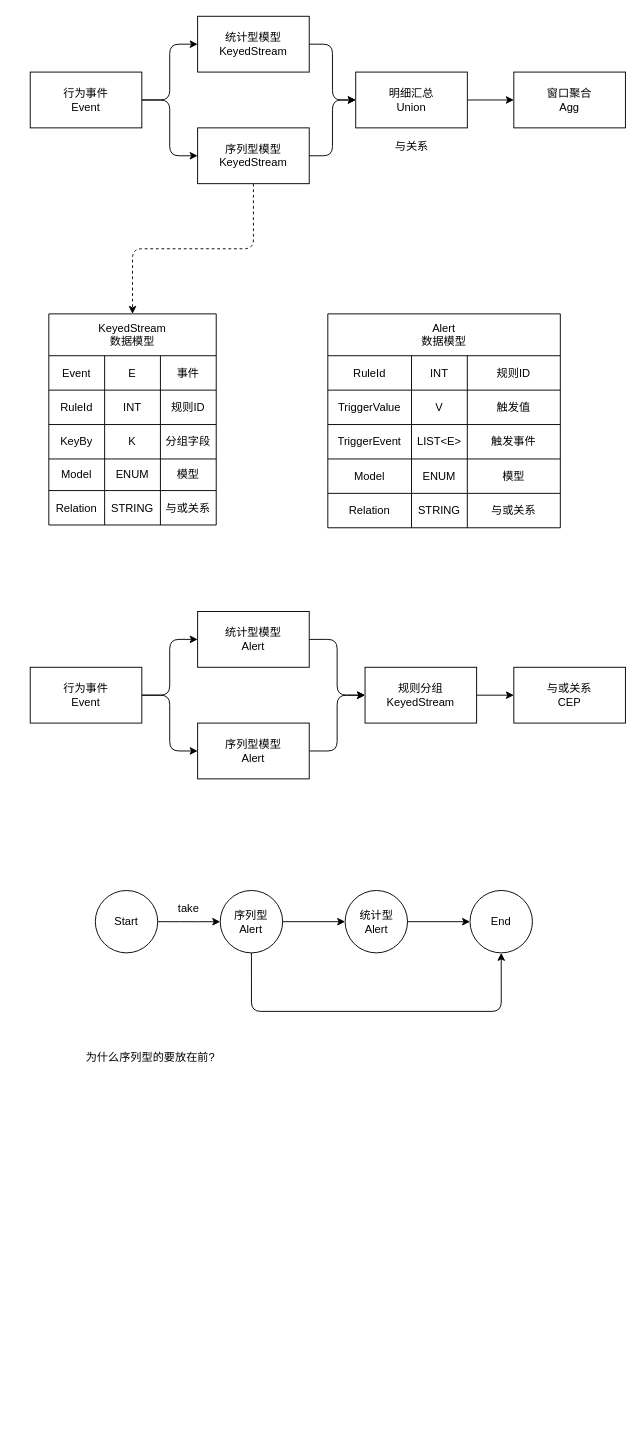
Before: cep.drawio in pengmide/draw, a draw.io diagram. Source tidied: cells renumbered, new cells numbered last; positions are measured from the earlier drawing's top-left corner, leaving out a move shared by most shapes. Both pictures are drawn from the tidied source at 93%, with x=0, y=0 at pixel (30, 16).
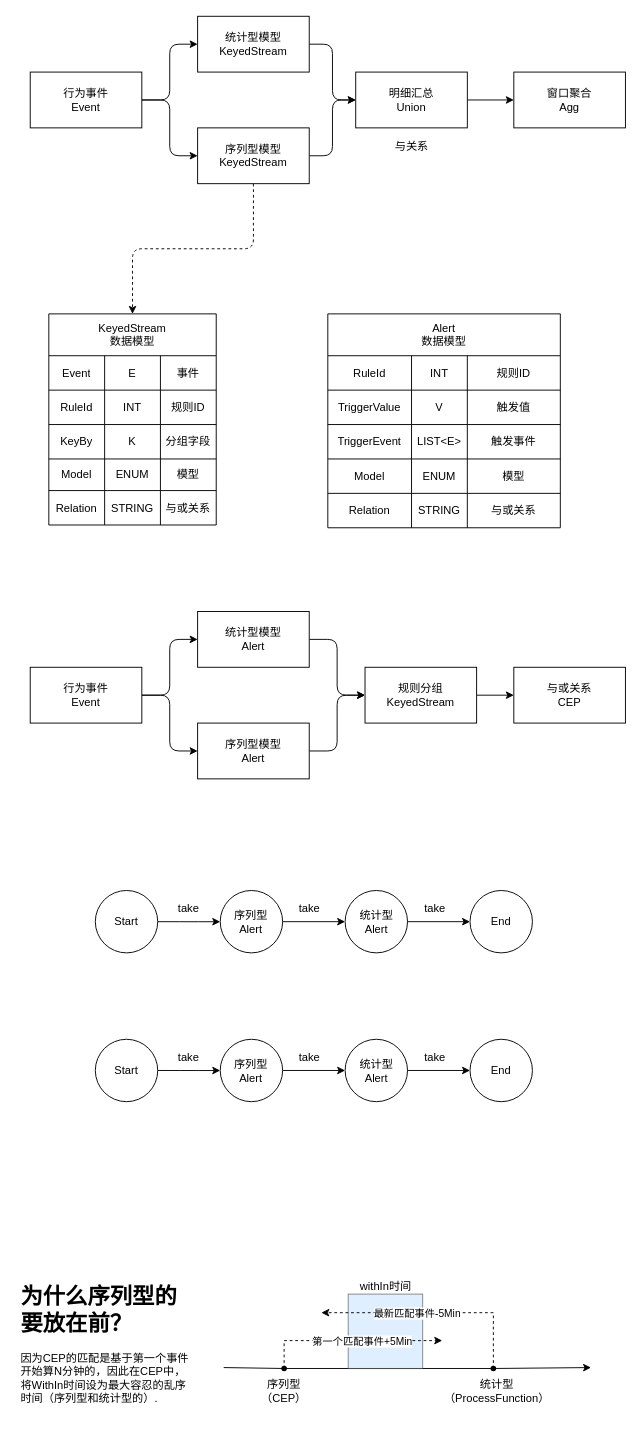
Above is the later version.

Commit message:
为什么序列型的要放在前面

Unchanged cells that the change refers to:
```xml
<mxCell id="67" value="序列型&lt;br&gt;Alert" style="ellipse;whiteSpace=wrap;html=1;rounded=0;shadow=0;comic=0;sketch=0;startSize=0;fillColor=default;gradientColor=none;" parent="1" vertex="1">
  <mxGeometry x="204.3" y="940" width="67.1" height="67.1" as="geometry" />
</mxCell>
<mxCell id="72" value="End" style="ellipse;whiteSpace=wrap;html=1;rounded=0;shadow=0;comic=0;sketch=0;startSize=0;fillColor=default;gradientColor=none;" parent="1" vertex="1">
  <mxGeometry x="472.9" y="940" width="67.1" height="67.1" as="geometry" />
</mxCell>
```

Diff of the diagram source:
```diff
@@
-    <mxCell id="66" style="edgeStyle=orthogonalEdgeStyle;curved=0;rounded=1;sketch=0;jettySize=auto;html=1;entryX=0.5;entryY=1;entryDx=0;entryDy=0;" parent="1" edge="1" source="67" target="72">
-      <mxGeometry relative="1" as="geometry">
-        <Array as="points">
-          <mxPoint x="238" y="1070" />
-          <mxPoint x="506" y="1070" />
-        </Array>
-      </mxGeometry>
-    </mxCell>
@@
-    <mxCell id="76" value="为什么序列型的要放在前?" style="text;html=1;align=center;verticalAlign=middle;strokeColor=none;fillColor=none;" parent="1" vertex="1">
-      <mxGeometry x="54.3" y="1110" width="150" height="20" as="geometry" />
-    </mxCell>
+    <mxCell id="77" value="take" style="text;html=1;align=center;verticalAlign=middle;strokeColor=none;fillColor=none;" parent="1" vertex="1">
+      <mxGeometry x="280" y="950" width="40" height="20" as="geometry" />
+    </mxCell>
+    <mxCell id="78" value="take" style="text;html=1;align=center;verticalAlign=middle;strokeColor=none;fillColor=none;" parent="1" vertex="1">
+      <mxGeometry x="415" y="950" width="40" height="20" as="geometry" />
+    </mxCell>
+    <mxCell id="79" style="group;" parent="1" vertex="1">
+      <mxGeometry x="-15" y="1356" width="618" height="170.1" as="geometry" />
+    </mxCell>
+    <mxCell id="80" value="&lt;h1&gt;为什么序列型的要放在前？&lt;/h1&gt;&lt;p&gt;因为CEP的匹配是基于第一个事件开始算N分钟的，因此在CEP中，将WithIn时间设为最大容忍的乱序时间（序列型和统计型的）.&lt;/p&gt;" style="text;html=1;strokeColor=none;fillColor=none;spacing=5;spacingTop=-20;whiteSpace=wrap;overflow=hidden;rounded=0;" parent="79" vertex="1">
+      <mxGeometry y="1" width="190" height="150" as="geometry" />
+    </mxCell>
+    <mxCell id="81" style="group;" parent="79" vertex="1">
+      <mxGeometry x="223" width="395" height="170.1" as="geometry" />
+    </mxCell>
+    <mxCell id="82" style="group;" parent="81" vertex="1">
+      <mxGeometry y="38" width="395" height="132.1" as="geometry" />
+    </mxCell>
+    <mxCell id="83" style="group;" parent="82" vertex="1">
+      <mxGeometry y="40" width="395" height="92.1" as="geometry" />
+    </mxCell>
+    <mxCell id="84" style="endArrow=classic;html=1;rounded=0;startArrow=none;" parent="83" edge="1" source="87">
+      <mxGeometry relative="1" as="geometry">
+        <mxPoint x="395" y="19" as="targetPoint" />
+      </mxGeometry>
+    </mxCell>
+    <mxCell id="85" style="shape=waypoint;sketch=0;size=6;points=[];fillColor=none;perimeter=centerPerimeter;snapToPoint=1;" parent="83" vertex="1">
+      <mxGeometry x="45" width="40" height="40" as="geometry" />
+    </mxCell>
+    <mxCell id="86" style="endArrow=none;html=1;rounded=0;" parent="83" edge="1" target="85">
+      <mxGeometry relative="1" as="geometry">
+        <mxPoint y="19" as="sourcePoint" />
+      </mxGeometry>
+    </mxCell>
+    <mxCell id="87" style="shape=waypoint;sketch=0;size=6;points=[];fillColor=none;perimeter=centerPerimeter;snapToPoint=1;" parent="83" vertex="1">
+      <mxGeometry x="270" width="40" height="40" as="geometry" />
+    </mxCell>
+    <mxCell id="88" style="endArrow=none;html=1;rounded=0;startArrow=none;" parent="83" edge="1" source="85" target="87">
+      <mxGeometry relative="1" as="geometry" />
+    </mxCell>
+    <mxCell id="89" style="whiteSpace=wrap;html=1;fillColor=#cce5ff;strokeColor=#36393d;opacity=60;" parent="83" vertex="1">
+      <mxGeometry x="133.9" y="-60" width="80.1" height="80.1" as="geometry" />
+    </mxCell>
+    <mxCell id="90" style="group;" parent="82" vertex="1">
+      <mxGeometry x="35" width="288.6" height="100" as="geometry" />
+    </mxCell>
+    <mxCell id="91" value="序列型（CEP）" style="text;html=1;strokeColor=none;fillColor=none;align=center;verticalAlign=middle;whiteSpace=wrap;rounded=0;" parent="90" vertex="1">
+      <mxGeometry y="70" width="60" height="30" as="geometry" />
+    </mxCell>
+    <mxCell id="92" value="统计型&lt;br&gt;（ProcessFunction）" style="text;html=1;strokeColor=none;fillColor=none;align=center;verticalAlign=middle;whiteSpace=wrap;rounded=0;" parent="90" vertex="1">
+      <mxGeometry x="228.6" y="70" width="60" height="30" as="geometry" />
+    </mxCell>
+    <mxCell id="93" style="endArrow=classic;html=1;rounded=0;dashed=1;" parent="90" edge="1">
+      <mxGeometry relative="1" as="geometry">
+        <mxPoint x="30" y="60" as="sourcePoint" />
+        <mxPoint x="200" y="30" as="targetPoint" />
+        <Array as="points">
+          <mxPoint x="30" y="30" />
+        </Array>
+      </mxGeometry>
+    </mxCell>
+    <mxCell id="94" value="第一个匹配事件+5Min" style="edgeLabel;html=1;align=center;verticalAlign=middle;" parent="93" vertex="1">
+      <mxGeometry relative="1" as="geometry">
+        <mxPoint x="13" as="offset" />
+      </mxGeometry>
+    </mxCell>
+    <mxCell id="95" style="endArrow=classic;html=1;rounded=0;exitX=0.475;exitY=0.375;exitDx=0;exitDy=0;exitPerimeter=0;dashed=1;" parent="90" edge="1" source="87">
+      <mxGeometry relative="1" as="geometry">
+        <mxPoint x="70" as="targetPoint" />
+        <Array as="points">
+          <mxPoint x="255" />
+        </Array>
+      </mxGeometry>
+    </mxCell>
+    <mxCell id="96" value="最新匹配事件-5Min" style="edgeLabel;html=1;align=center;verticalAlign=middle;" parent="95" vertex="1">
+      <mxGeometry relative="1" as="geometry">
+        <mxPoint x="-20" as="offset" />
+      </mxGeometry>
+    </mxCell>
+    <mxCell id="97" value="withIn时间" style="text;html=1;align=center;verticalAlign=middle;strokeColor=none;fillColor=none;" parent="81" vertex="1">
+      <mxGeometry x="138.9" width="70" height="20" as="geometry" />
+    </mxCell>
+    <mxCell id="98" value="序列型&lt;br&gt;Alert" style="ellipse;whiteSpace=wrap;html=1;rounded=0;shadow=0;comic=0;sketch=0;startSize=0;fillColor=default;gradientColor=none;" parent="1" vertex="1">
+      <mxGeometry x="204.3" y="1100" width="67.1" height="67.1" as="geometry" />
+    </mxCell>
+    <mxCell id="99" style="edgeStyle=orthogonalEdgeStyle;curved=0;rounded=1;sketch=0;jettySize=auto;html=1;exitX=1;exitY=0.5;exitDx=0;exitDy=0;" parent="1" edge="1" source="100" target="98">
+      <mxGeometry relative="1" as="geometry" />
+    </mxCell>
+    <mxCell id="100" value="Start" style="ellipse;whiteSpace=wrap;html=1;rounded=0;shadow=0;comic=0;sketch=0;startSize=0;fillColor=default;gradientColor=none;" parent="1" vertex="1">
+      <mxGeometry x="70" y="1100" width="67.1" height="67.1" as="geometry" />
+    </mxCell>
+    <mxCell id="101" value="统计型&lt;br&gt;Alert" style="ellipse;whiteSpace=wrap;html=1;rounded=0;shadow=0;comic=0;sketch=0;startSize=0;fillColor=default;gradientColor=none;" parent="1" vertex="1">
+      <mxGeometry x="338.6" y="1100" width="67.1" height="67.1" as="geometry" />
+    </mxCell>
+    <mxCell id="102" style="edgeStyle=orthogonalEdgeStyle;curved=0;rounded=1;sketch=0;jettySize=auto;html=1;" parent="1" edge="1" source="98" target="101">
+      <mxGeometry relative="1" as="geometry" />
+    </mxCell>
+    <mxCell id="103" value="End" style="ellipse;whiteSpace=wrap;html=1;rounded=0;shadow=0;comic=0;sketch=0;startSize=0;fillColor=default;gradientColor=none;" parent="1" vertex="1">
+      <mxGeometry x="472.9" y="1100" width="67.1" height="67.1" as="geometry" />
+    </mxCell>
+    <mxCell id="104" style="edgeStyle=orthogonalEdgeStyle;curved=0;rounded=1;sketch=0;jettySize=auto;html=1;" parent="1" edge="1" source="101" target="103">
+      <mxGeometry relative="1" as="geometry" />
+    </mxCell>
+    <mxCell id="105" value="take" style="text;html=1;align=center;verticalAlign=middle;strokeColor=none;fillColor=none;" parent="1" vertex="1">
+      <mxGeometry x="150" y="1110" width="40" height="20" as="geometry" />
+    </mxCell>
+    <mxCell id="106" value="take" style="text;html=1;align=center;verticalAlign=middle;strokeColor=none;fillColor=none;" parent="1" vertex="1">
+      <mxGeometry x="280" y="1110" width="40" height="20" as="geometry" />
+    </mxCell>
+    <mxCell id="107" value="take" style="text;html=1;align=center;verticalAlign=middle;strokeColor=none;fillColor=none;" parent="1" vertex="1">
+      <mxGeometry x="415" y="1110" width="40" height="20" as="geometry" />
+    </mxCell>
```
